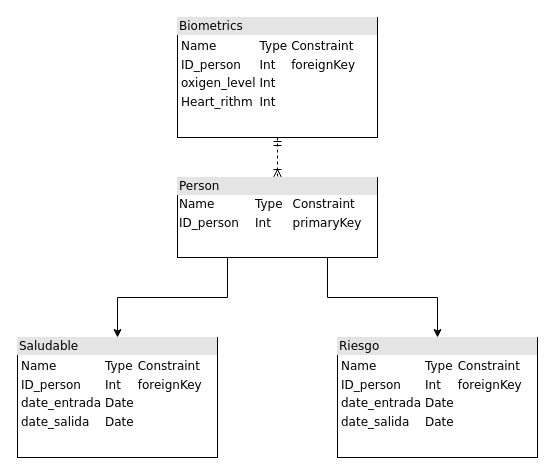
The draw.io diagram Proyecto/BaseDeDatos.drawio in DemiurgeApeiron/A01028325-InternetOfThings, before the edit. Source tidied: cells renumbered, new cells numbered last; positions are measured from the earlier drawing's top-left corner, leaving out a move shared by most shapes. Both pictures are drawn from the tidied source at 100%, with x=0, y=0 at pixel (17, 17).
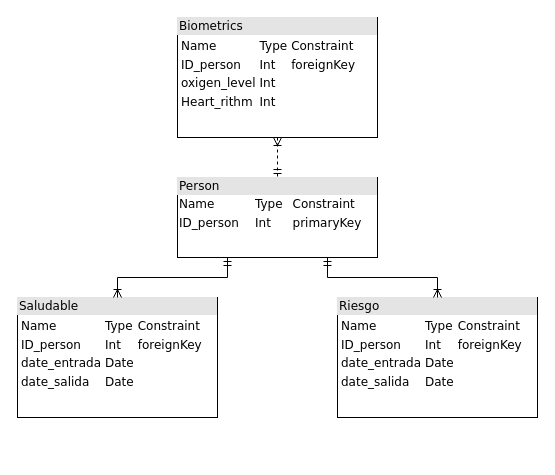
After the change.

What changed in the source:
```diff
@@
 <mxGraphModel background="#ffffff">
   <root>
     <mxCell id="0" />
     <mxCell id="1" parent="0" />
-    <mxCell id="2" style="edgeStyle=orthogonalEdgeStyle;html=1;entryX=0.5;entryY=0;dashed=1;labelBackgroundColor=none;startArrow=ERmandOne;endArrow=ERoneToMany;fontFamily=Verdana;fontSize=12;align=left;" parent="1" edge="1" source="3" target="8">
+    <mxCell id="2" style="edgeStyle=orthogonalEdgeStyle;html=1;entryX=0.5;entryY=0;dashed=1;labelBackgroundColor=none;startArrow=ERoneToMany;endArrow=ERmandOne;fontFamily=Verdana;fontSize=12;align=left;endFill=0;startFill=0;" parent="1" edge="1" source="3" target="8">
       <mxGeometry relative="1" as="geometry" />
     </mxCell>
     <mxCell id="3" value="&lt;div style=&quot;box-sizing: border-box ; width: 100% ; background: #e4e4e4 ; padding: 2px&quot;&gt;Biometrics&lt;/div&gt;&lt;table style=&quot;width: 100% ; font-size: 1em&quot; cellspacing=&quot;0&quot; cellpadding=&quot;2&quot;&gt;&lt;tbody&gt;&lt;tr&gt;&lt;td&gt;&lt;table cellspacing=&quot;0&quot; cellpadding=&quot;2&quot;&gt;&lt;tbody&gt;&lt;tr&gt;&lt;td&gt;Name&lt;br&gt;&lt;/td&gt;&lt;td&gt;Type&lt;br&gt;&lt;/td&gt;&lt;td&gt;Constraint&lt;br&gt;&lt;/td&gt;&lt;/tr&gt;&lt;tr&gt;&lt;td&gt;ID_person&lt;br&gt;&lt;/td&gt;&lt;td&gt;Int&lt;/td&gt;&lt;td&gt;foreignKey&lt;/td&gt;&lt;/tr&gt;&lt;tr&gt;&lt;td&gt;oxigen_level&lt;br&gt;&lt;/td&gt;&lt;td&gt;Int&lt;br&gt;&lt;/td&gt;&lt;td&gt;&lt;br&gt;&lt;/td&gt;&lt;/tr&gt;&lt;tr&gt;&lt;td&gt;Heart_rithm&lt;/td&gt;&lt;td&gt;Int&lt;br&gt;&lt;/td&gt;&lt;td&gt;&lt;br&gt;&lt;/td&gt;&lt;/tr&gt;&lt;/tbody&gt;&lt;/table&gt;&lt;/td&gt;&lt;td&gt;&lt;br&gt;&lt;/td&gt;&lt;/tr&gt;&lt;tr&gt;&lt;td&gt;&lt;br&gt;&lt;/td&gt;&lt;td&gt;&lt;br&gt;&lt;/td&gt;&lt;/tr&gt;&lt;tr&gt;&lt;td&gt;&lt;br&gt;&lt;/td&gt;&lt;td&gt;&lt;br&gt;&lt;/td&gt;&lt;/tr&gt;&lt;tr&gt;&lt;td&gt;&lt;br&gt;&lt;/td&gt;&lt;td&gt;&lt;br&gt;&lt;/td&gt;&lt;/tr&gt;&lt;tr&gt;&lt;td&gt;&lt;br&gt;&lt;/td&gt;&lt;td&gt;&lt;br&gt;&lt;/td&gt;&lt;/tr&gt;&lt;tr&gt;&lt;td&gt;&lt;br&gt;&lt;/td&gt;&lt;td&gt;&lt;br&gt;&lt;/td&gt;&lt;/tr&gt;&lt;/tbody&gt;&lt;/table&gt;" style="verticalAlign=top;align=left;overflow=fill;html=1;rounded=0;shadow=0;comic=0;labelBackgroundColor=none;strokeWidth=1;fontFamily=Verdana;fontSize=12;" parent="1" vertex="1">
       <mxGeometry x="160" width="200" height="120" as="geometry" />
     </mxCell>
     <mxCell id="4" value="&lt;div style=&quot;box-sizing: border-box ; width: 100% ; background: #e4e4e4 ; padding: 2px&quot;&gt;Saludable&lt;br&gt;&lt;/div&gt;&lt;table style=&quot;width: 100% ; font-size: 1em&quot; cellspacing=&quot;0&quot; cellpadding=&quot;2&quot;&gt;&lt;tbody&gt;&lt;tr&gt;&lt;td&gt;&lt;table cellspacing=&quot;0&quot; cellpadding=&quot;2&quot;&gt;&lt;tbody&gt;&lt;tr&gt;&lt;td&gt;Name&lt;br&gt;&lt;/td&gt;&lt;td&gt;Type&lt;br&gt;&lt;/td&gt;&lt;td&gt;Constraint&lt;br&gt;&lt;/td&gt;&lt;/tr&gt;&lt;tr&gt;&lt;td&gt;ID_person&lt;br&gt;&lt;/td&gt;&lt;td&gt;Int&lt;/td&gt;&lt;td&gt;foreignKey&lt;/td&gt;&lt;/tr&gt;&lt;tr&gt;&lt;td&gt;date_entrada&lt;br&gt;&lt;/td&gt;&lt;td&gt;Date&lt;br&gt;&lt;/td&gt;&lt;td&gt;&lt;br&gt;&lt;/td&gt;&lt;/tr&gt;&lt;tr&gt;&lt;td&gt;date_salida&lt;/td&gt;&lt;td&gt;Date&lt;/td&gt;&lt;td&gt;&lt;br&gt;&lt;/td&gt;&lt;/tr&gt;&lt;/tbody&gt;&lt;/table&gt;&lt;/td&gt;&lt;td&gt;&lt;br&gt;&lt;/td&gt;&lt;/tr&gt;&lt;tr&gt;&lt;td&gt;&lt;br&gt;&lt;/td&gt;&lt;td&gt;&lt;br&gt;&lt;/td&gt;&lt;/tr&gt;&lt;tr&gt;&lt;td&gt;&lt;br&gt;&lt;/td&gt;&lt;td&gt;&lt;br&gt;&lt;/td&gt;&lt;/tr&gt;&lt;tr&gt;&lt;td&gt;&lt;br&gt;&lt;/td&gt;&lt;td&gt;&lt;br&gt;&lt;/td&gt;&lt;/tr&gt;&lt;/tbody&gt;&lt;/table&gt;" style="verticalAlign=top;align=left;overflow=fill;html=1;rounded=0;shadow=0;comic=0;labelBackgroundColor=none;strokeWidth=1;fontFamily=Verdana;fontSize=12;" parent="1" vertex="1">
-      <mxGeometry y="320" width="200" height="120" as="geometry" />
+      <mxGeometry y="280" width="200" height="120" as="geometry" />
     </mxCell>
     <mxCell id="5" value="&lt;div style=&quot;box-sizing: border-box ; width: 100% ; background: #e4e4e4 ; padding: 2px&quot;&gt;Riesgo&lt;br&gt;&lt;/div&gt;&lt;table style=&quot;width: 100% ; font-size: 1em&quot; cellspacing=&quot;0&quot; cellpadding=&quot;2&quot;&gt;&lt;tbody&gt;&lt;tr&gt;&lt;td&gt;&lt;table cellspacing=&quot;0&quot; cellpadding=&quot;2&quot;&gt;&lt;tbody&gt;&lt;tr&gt;&lt;td&gt;Name&lt;br&gt;&lt;/td&gt;&lt;td&gt;Type&lt;br&gt;&lt;/td&gt;&lt;td&gt;Constraint&lt;br&gt;&lt;/td&gt;&lt;/tr&gt;&lt;tr&gt;&lt;td&gt;ID_person&lt;br&gt;&lt;/td&gt;&lt;td&gt;Int&lt;/td&gt;&lt;td&gt;foreignKey&lt;/td&gt;&lt;/tr&gt;&lt;tr&gt;&lt;td&gt;date_entrada&lt;/td&gt;&lt;td&gt;Date&lt;/td&gt;&lt;td&gt;&lt;br&gt;&lt;/td&gt;&lt;/tr&gt;&lt;tr&gt;&lt;td&gt;date_salida&lt;/td&gt;&lt;td&gt;Date&lt;/td&gt;&lt;td&gt;&lt;br&gt;&lt;/td&gt;&lt;/tr&gt;&lt;/tbody&gt;&lt;/table&gt;&lt;/td&gt;&lt;td&gt;&lt;br&gt;&lt;/td&gt;&lt;/tr&gt;&lt;tr&gt;&lt;td&gt;&lt;br&gt;&lt;/td&gt;&lt;td&gt;&lt;br&gt;&lt;/td&gt;&lt;/tr&gt;&lt;tr&gt;&lt;td&gt;&lt;br&gt;&lt;/td&gt;&lt;td&gt;&lt;br&gt;&lt;/td&gt;&lt;/tr&gt;&lt;/tbody&gt;&lt;/table&gt;" style="verticalAlign=top;align=left;overflow=fill;html=1;rounded=0;shadow=0;comic=0;labelBackgroundColor=none;strokeWidth=1;fontFamily=Verdana;fontSize=12;" parent="1" vertex="1">
-      <mxGeometry x="320" y="320" width="200" height="120" as="geometry" />
+      <mxGeometry x="320" y="280" width="200" height="120" as="geometry" />
     </mxCell>
-    <mxCell id="6" style="edgeStyle=orthogonalEdgeStyle;rounded=0;jettySize=auto;html=1;exitX=0.25;exitY=1;exitDx=0;exitDy=0;entryX=0.5;entryY=0;entryDx=0;entryDy=0;" parent="1" edge="1" source="8" target="4">
+    <mxCell id="6" style="edgeStyle=orthogonalEdgeStyle;rounded=0;jettySize=auto;html=1;exitX=0.25;exitY=1;exitDx=0;exitDy=0;entryX=0.5;entryY=0;entryDx=0;entryDy=0;endArrow=ERoneToMany;endFill=0;startArrow=ERmandOne;startFill=0;" parent="1" edge="1" source="8" target="4">
       <mxGeometry relative="1" as="geometry" />
     </mxCell>
-    <mxCell id="7" style="edgeStyle=orthogonalEdgeStyle;rounded=0;jettySize=auto;html=1;exitX=0.75;exitY=1;exitDx=0;exitDy=0;entryX=0.5;entryY=0;entryDx=0;entryDy=0;" parent="1" edge="1" source="8" target="5">
+    <mxCell id="7" style="edgeStyle=orthogonalEdgeStyle;rounded=0;jettySize=auto;html=1;exitX=0.75;exitY=1;exitDx=0;exitDy=0;entryX=0.5;entryY=0;entryDx=0;entryDy=0;endArrow=ERoneToMany;endFill=0;startArrow=ERmandOne;startFill=0;" parent="1" edge="1" source="8" target="5">
       <mxGeometry relative="1" as="geometry" />
     </mxCell>
     <mxCell id="8" value="&lt;div style=&quot;box-sizing: border-box ; width: 100% ; background: #e4e4e4 ; padding: 2px&quot;&gt;Person&lt;/div&gt;&lt;table style=&quot;width: 100% ; font-size: 1em&quot; cellspacing=&quot;0&quot; cellpadding=&quot;2&quot;&gt;&lt;tbody&gt;&lt;tr&gt;&lt;td&gt;Name&lt;br&gt;&lt;/td&gt;&lt;td&gt;Type&lt;br&gt;&lt;/td&gt;&lt;td&gt;Constraint&lt;br&gt;&lt;/td&gt;&lt;/tr&gt;&lt;tr&gt;&lt;td&gt;ID_person&lt;br&gt;&lt;/td&gt;&lt;td&gt;Int&lt;/td&gt;&lt;td&gt;primaryKey&lt;/td&gt;&lt;/tr&gt;&lt;tr&gt;&lt;td&gt;&lt;br&gt;&lt;/td&gt;&lt;td&gt;&lt;br&gt;&lt;/td&gt;&lt;td&gt;&lt;br&gt;&lt;/td&gt;&lt;/tr&gt;&lt;tr&gt;&lt;td&gt;&lt;br&gt;&lt;/td&gt;&lt;td&gt;&lt;br&gt;&lt;/td&gt;&lt;td&gt;&lt;br&gt;&lt;/td&gt;&lt;/tr&gt;&lt;tr&gt;&lt;td&gt;&lt;br&gt;&lt;/td&gt;&lt;td&gt;&lt;br&gt;&lt;/td&gt;&lt;td&gt;&lt;br&gt;&lt;/td&gt;&lt;/tr&gt;&lt;tr&gt;&lt;td&gt;&lt;br&gt;&lt;/td&gt;&lt;td&gt;&lt;br&gt;&lt;/td&gt;&lt;td&gt;&lt;br&gt;&lt;/td&gt;&lt;/tr&gt;&lt;tr&gt;&lt;td&gt;&lt;br&gt;&lt;/td&gt;&lt;td&gt;&lt;br&gt;&lt;/td&gt;&lt;td&gt;&lt;br&gt;&lt;/td&gt;&lt;/tr&gt;&lt;tr&gt;&lt;td&gt;&lt;br&gt;&lt;/td&gt;&lt;td&gt;&lt;br&gt;&lt;/td&gt;&lt;td&gt;&lt;br&gt;&lt;/td&gt;&lt;/tr&gt;&lt;tr&gt;&lt;td&gt;&lt;br&gt;&lt;/td&gt;&lt;td&gt;&lt;br&gt;&lt;/td&gt;&lt;td&gt;&lt;br&gt;&lt;/td&gt;&lt;/tr&gt;&lt;tr&gt;&lt;td&gt;&lt;br&gt;&lt;/td&gt;&lt;td&gt;&lt;br&gt;&lt;/td&gt;&lt;td&gt;&lt;br&gt;&lt;/td&gt;&lt;/tr&gt;&lt;tr&gt;&lt;td&gt;&lt;br&gt;&lt;/td&gt;&lt;td&gt;&lt;br&gt;&lt;/td&gt;&lt;td&gt;&lt;br&gt;&lt;/td&gt;&lt;/tr&gt;&lt;tr&gt;&lt;td&gt;&lt;br&gt;&lt;/td&gt;&lt;td&gt;&lt;br&gt;&lt;/td&gt;&lt;td&gt;&lt;br&gt;&lt;/td&gt;&lt;/tr&gt;&lt;tr&gt;&lt;td&gt;&lt;br&gt;&lt;/td&gt;&lt;td&gt;&lt;br&gt;&lt;/td&gt;&lt;td&gt;&lt;br&gt;&lt;/td&gt;&lt;/tr&gt;&lt;tr&gt;&lt;td&gt;&lt;br&gt;&lt;/td&gt;&lt;td&gt;&lt;br&gt;&lt;/td&gt;&lt;td&gt;&lt;br&gt;&lt;/td&gt;&lt;/tr&gt;&lt;tr&gt;&lt;td&gt;&lt;br&gt;&lt;/td&gt;&lt;td&gt;&lt;br&gt;&lt;/td&gt;&lt;td&gt;&lt;br&gt;&lt;/td&gt;&lt;/tr&gt;&lt;tr&gt;&lt;td&gt;&lt;br&gt;&lt;/td&gt;&lt;td&gt;&lt;br&gt;&lt;/td&gt;&lt;td&gt;&lt;br&gt;&lt;/td&gt;&lt;/tr&gt;&lt;tr&gt;&lt;td&gt;&lt;br&gt;&lt;/td&gt;&lt;td&gt;&lt;br&gt;&lt;/td&gt;&lt;td&gt;&lt;br&gt;&lt;/td&gt;&lt;/tr&gt;&lt;tr&gt;&lt;td&gt;&lt;br&gt;&lt;/td&gt;&lt;td&gt;&lt;br&gt;&lt;/td&gt;&lt;td&gt;&lt;br&gt;&lt;/td&gt;&lt;/tr&gt;&lt;/tbody&gt;&lt;/table&gt;" style="verticalAlign=top;align=left;overflow=fill;html=1;rounded=0;shadow=0;comic=0;labelBackgroundColor=none;strokeWidth=1;fontFamily=Verdana;fontSize=12;" parent="1" vertex="1">
       <mxGeometry x="160" y="160" width="200" height="80" as="geometry" />
     </mxCell>
   </root>
 </mxGraphModel>
```
